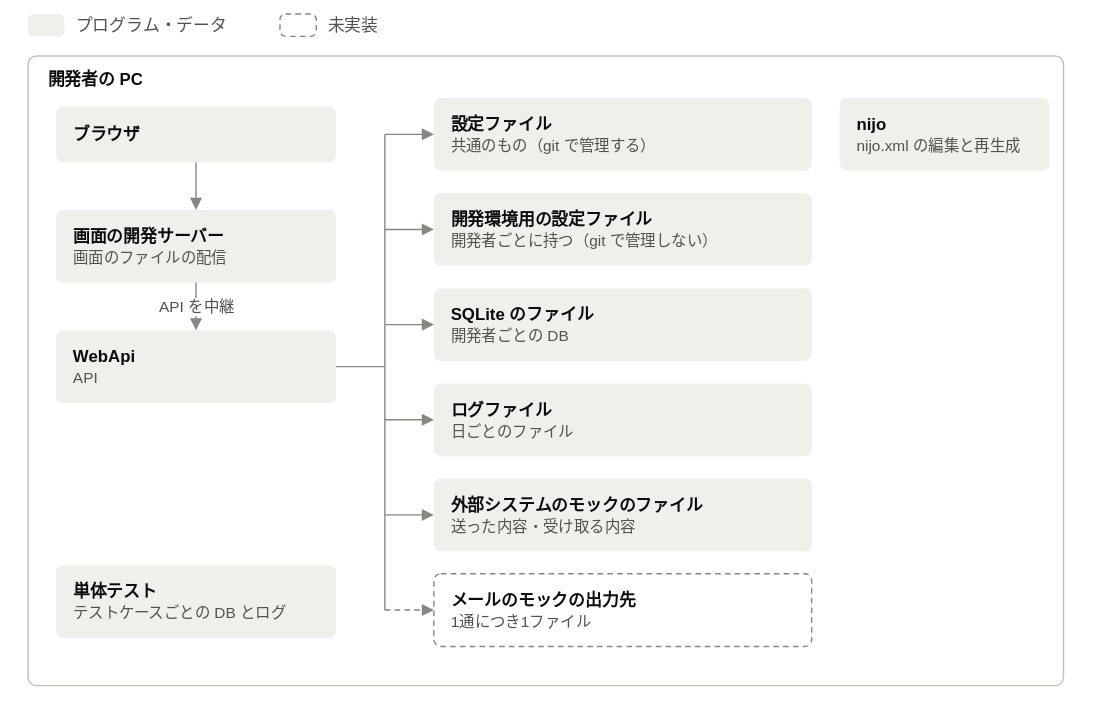
Earlier version of the draw.io export demo/101_販売管理システム/標準仕様書/図/実行環境_開発環境.drawio.svg (halllky/NijoAppScaffold). Source tidied: cells renumbered, new cells last; positions are measured from the earlier drawing's top-left corner, leaving out a move shared by most shapes.
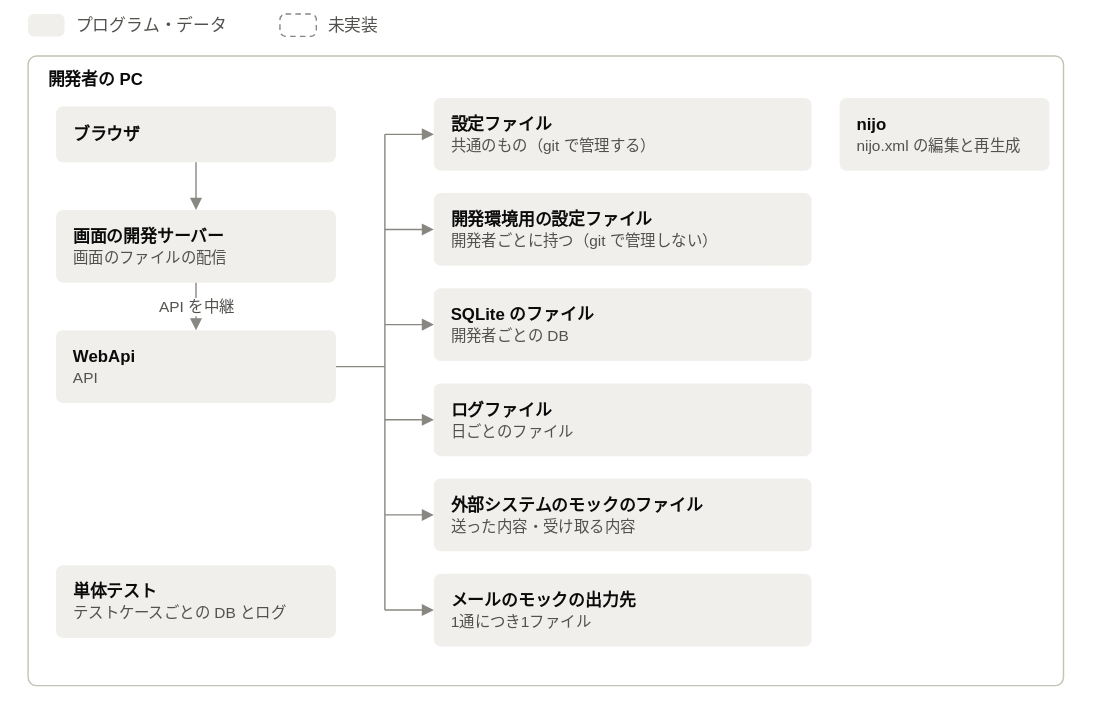
The same diagram one commit later.

The edit, as a diff of the source:
```diff
@@ -116,13 +116,13 @@
         <mxPoint x="290" y="358" as="targetPoint" />
       </mxGeometry>
     </mxCell>
-    <mxCell id="33" style="rounded=1;absoluteArcSize=1;arcSize=10;html=1;fillColor=#ffffff;strokeColor=#898781;strokeWidth=1;dashed=1;dashPattern=4 3;" parent="1" vertex="1">
+    <mxCell id="33" style="rounded=1;absoluteArcSize=1;arcSize=10;html=1;fillColor=#f0efec;strokeColor=none;strokeWidth=1;" parent="1" vertex="1">
       <mxGeometry x="290" y="400" width="270" height="52" as="geometry" />
     </mxCell>
     <mxCell id="34" value="&lt;b&gt;メールのモックの出力先&lt;/b&gt;&lt;br&gt;&lt;span style=&quot;color:#52514e;font-size:11px&quot;&gt;1通につき1ファイル&lt;/span&gt;" style="text;html=1;align=left;verticalAlign=middle;fontSize=12;fontColor=#0b0b0b;fontStyle=0;spacing=0;whiteSpace=wrap;" parent="1" vertex="1">
       <mxGeometry x="302" y="400" width="246" height="52" as="geometry" />
     </mxCell>
-    <mxCell id="35" style="html=1;rounded=0;endArrow=block;endFill=1;endSize=6;startArrow=none;strokeColor=#898781;strokeWidth=1;fontSize=11;fontColor=#52514e;labelBackgroundColor=#ffffff;dashed=1;dashPattern=4 3;" parent="1" edge="1">
+    <mxCell id="35" style="html=1;rounded=0;endArrow=block;endFill=1;endSize=6;startArrow=none;strokeColor=#898781;strokeWidth=1;fontSize=11;fontColor=#52514e;labelBackgroundColor=#ffffff;" parent="1" edge="1">
       <mxGeometry relative="1" as="geometry">
         <mxPoint x="255" y="426" as="sourcePoint" />
         <mxPoint x="290" y="426" as="targetPoint" />
```
